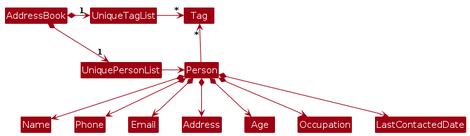
Before: diagrams/BetterModelClassDiagram.png, a diagram exported from PlantUML (zpnoob/tp). Its source is kept beside it as diagrams/BetterModelClassDiagram.puml.
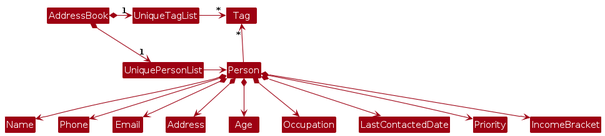
After the change.

Diff of the diagram source:
```diff
@@ -21,4 +21,6 @@
 Person *--> Age
 Person *--> Occupation
 Person *--> LastContactedDate
+Person *--> Priority
+Person *--> IncomeBracket
 @enduml
```
